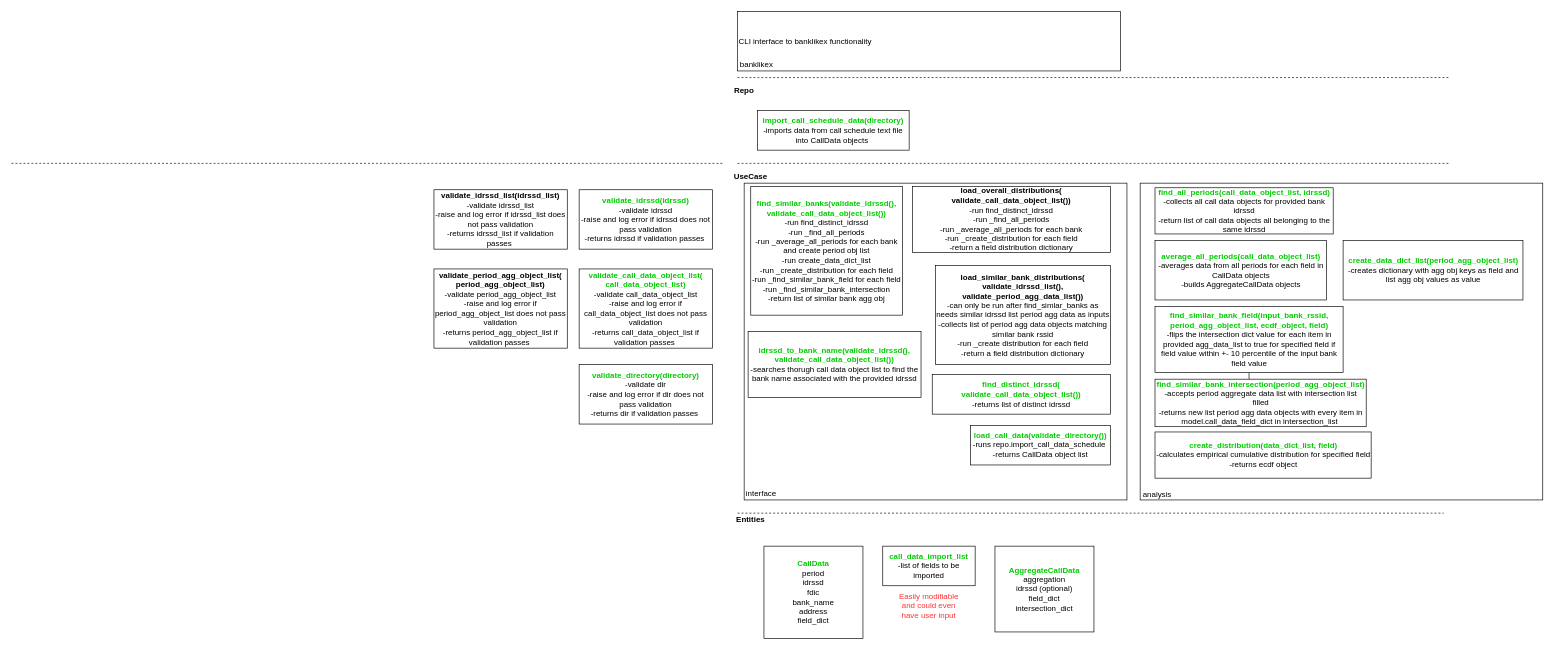
Before: page "architecture" (1 of 5) of architecture/bank_like_x_architecture.drawio in JasonBrauer/banklikex, a draw.io diagram. Source tidied: cells renumbered, new cells numbered last; positions are measured from the earlier drawing's top-left corner, leaving out a move shared by most shapes. Both pictures are drawn from the tidied source at 66%, with x=0, y=0 at pixel (11, 11).
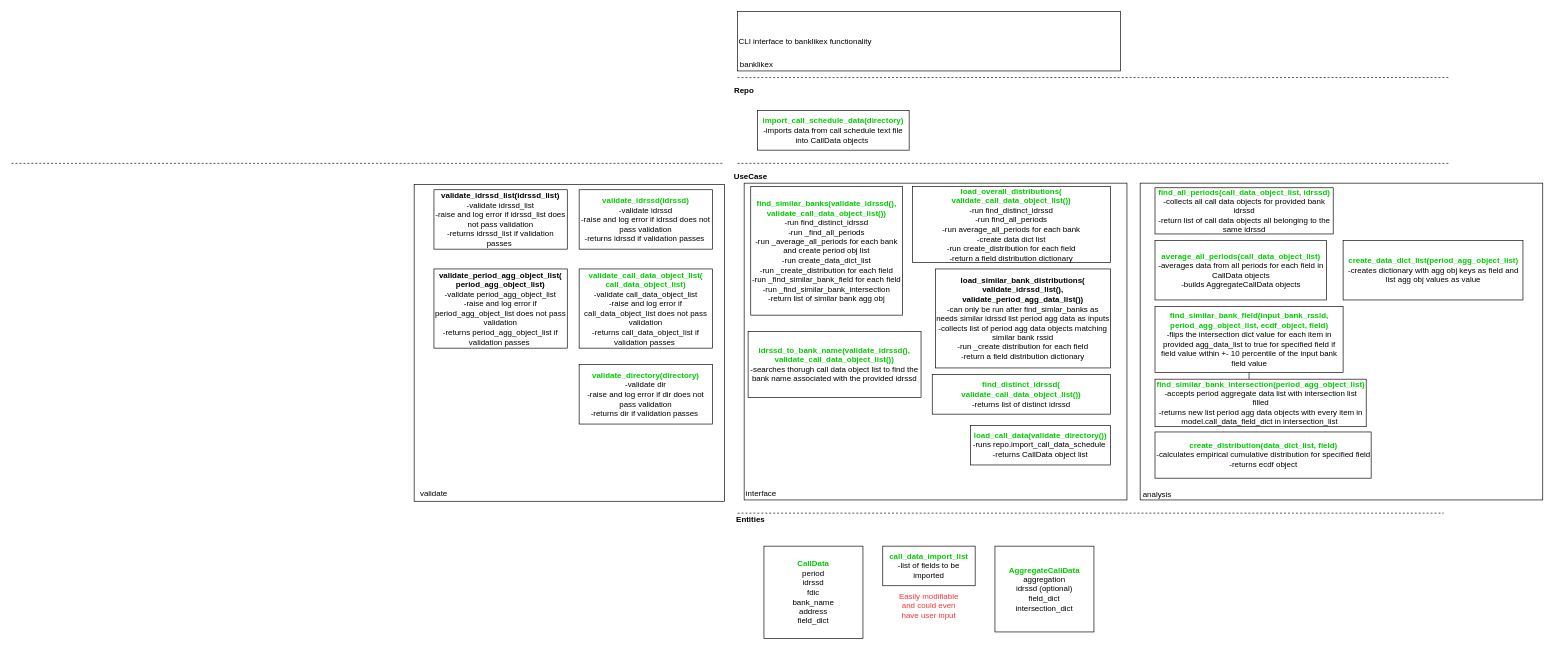
Above is the later version.

What changed in the source:
```diff
@@
+    <mxCell id="38" style="rounded=0;whiteSpace=wrap;html=1;" parent="1" vertex="1">
+      <mxGeometry x="610" y="262" width="470" height="480" as="geometry" />
+    </mxCell>
@@
-    <mxCell id="12" value="&lt;b&gt;load_overall_distributions(&lt;br&gt;validate_call_data_object_list())&lt;br&gt;&lt;/b&gt;-run find_distinct_idrssd&lt;br&gt;-run _find_all_periods&lt;br&gt;-run _average_all_periods for each bank&lt;br&gt;-run _create_distribution for each field&lt;br&gt;-return a field distribution dictionary&lt;b&gt;&lt;br&gt;&lt;/b&gt;" style="rounded=0;whiteSpace=wrap;html=1;" parent="1" vertex="1">
-      <mxGeometry x="1365" y="265" width="300" height="100" as="geometry" />
+    <mxCell id="12" value="&lt;b&gt;&lt;font color=&quot;#00cc00&quot;&gt;load_overall_distributions(&lt;br&gt;validate_call_data_object_list())&lt;/font&gt;&lt;br&gt;&lt;/b&gt;-run find_distinct_idrssd&lt;br&gt;-run find_all_periods&lt;br&gt;-run average_all_periods for each bank&lt;br&gt;-create data dict list&lt;br&gt;-run create_distribution for each field&lt;br&gt;-return a field distribution dictionary&lt;b&gt;&lt;br&gt;&lt;/b&gt;" style="rounded=0;whiteSpace=wrap;html=1;" parent="1" vertex="1">
+      <mxGeometry x="1365" y="265" width="300" height="115" as="geometry" />
     </mxCell>
     <mxCell id="13" value="&lt;b&gt;load_similar_bank_distributions(&lt;br&gt;validate_idrssd_list(), validate_period_agg_data_list())&lt;br&gt;&lt;/b&gt;-can only be run after find_simlar_banks as needs similar idrssd list period agg data as inputs&lt;br&gt;-collects list of period agg data objects matching similar bank rssid&lt;br&gt;-run _create distribution for each field&lt;br&gt;-return a field distribution dictionary" style="rounded=0;whiteSpace=wrap;html=1;" parent="1" vertex="1">
-      <mxGeometry x="1400" y="385" width="265" height="150" as="geometry" />
+      <mxGeometry x="1400" y="390" width="265" height="150" as="geometry" />
     </mxCell>
@@
+    <mxCell id="39" value="validate" style="text;html=1;strokeColor=none;fillColor=none;align=center;verticalAlign=middle;whiteSpace=wrap;rounded=0;" parent="1" vertex="1">
+      <mxGeometry x="620" y="720" width="40" height="20" as="geometry" />
+    </mxCell>
```
